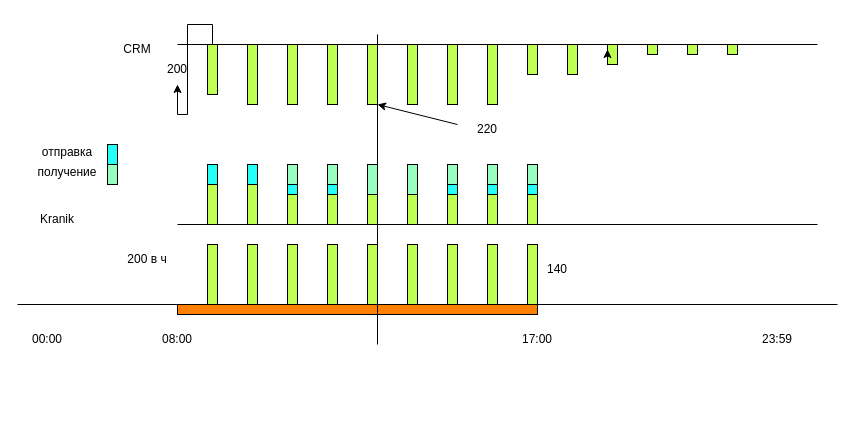
qqmax7/test keeps this draw.io diagram as omti_time.drawio. Above is the earlier version. Source tidied: cells renumbered, new cells numbered last; positions are measured from the earlier drawing's top-left corner, leaving out a move shared by most shapes. Both pictures are drawn from the tidied source at 100%, with x=0, y=0 at pixel (17, 34).
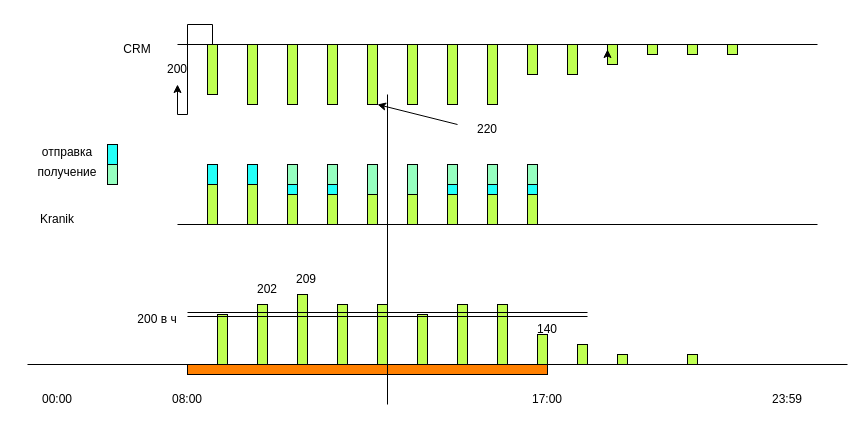
The same page after the edit.

What changed in the source:
```diff
@@
     <mxCell id="2" style="rounded=0;whiteSpace=wrap;html=1;fillColor=#FF8000;" parent="1" vertex="1">
-      <mxGeometry x="160" y="270" width="360" height="10" as="geometry" />
+      <mxGeometry x="170" y="330" width="360" height="10" as="geometry" />
     </mxCell>
     <mxCell id="3" style="endArrow=none;html=1;rounded=0;" parent="1" edge="1">
       <mxGeometry relative="1" as="geometry">
-        <mxPoint y="270" as="sourcePoint" />
-        <mxPoint x="820" y="270" as="targetPoint" />
+        <mxPoint x="10" y="330" as="sourcePoint" />
+        <mxPoint x="830" y="330" as="targetPoint" />
       </mxGeometry>
     </mxCell>
     <mxCell id="4" value="00:00" style="text;html=1;strokeColor=none;fillColor=none;align=center;verticalAlign=middle;whiteSpace=wrap;rounded=0;" parent="1" vertex="1">
-      <mxGeometry y="290" width="60" height="30" as="geometry" />
+      <mxGeometry x="10" y="350" width="60" height="30" as="geometry" />
     </mxCell>
     <mxCell id="5" value="23:59" style="text;html=1;strokeColor=none;fillColor=none;align=center;verticalAlign=middle;whiteSpace=wrap;rounded=0;" parent="1" vertex="1">
-      <mxGeometry x="730" y="290" width="60" height="30" as="geometry" />
+      <mxGeometry x="740" y="350" width="60" height="30" as="geometry" />
     </mxCell>
     <mxCell id="6" value="08:00" style="text;html=1;strokeColor=none;fillColor=none;align=center;verticalAlign=middle;whiteSpace=wrap;rounded=0;" parent="1" vertex="1">
-      <mxGeometry x="130" y="290" width="60" height="30" as="geometry" />
+      <mxGeometry x="140" y="350" width="60" height="30" as="geometry" />
     </mxCell>
     <mxCell id="7" value="17:00" style="text;html=1;strokeColor=none;fillColor=none;align=center;verticalAlign=middle;whiteSpace=wrap;rounded=0;" parent="1" vertex="1">
-      <mxGeometry x="490" y="290" width="60" height="30" as="geometry" />
+      <mxGeometry x="500" y="350" width="60" height="30" as="geometry" />
     </mxCell>
@@
     <mxCell id="12" style="rounded=0;whiteSpace=wrap;html=1;fillColor=#BFFF52;" parent="1" vertex="1">
-      <mxGeometry x="190" y="210" width="10" height="60" as="geometry" />
+      <mxGeometry x="200" y="280" width="10" height="50" as="geometry" />
     </mxCell>
     <mxCell id="13" style="rounded=0;whiteSpace=wrap;html=1;fillColor=#BFFF52;" parent="1" vertex="1">
-      <mxGeometry x="230" y="210" width="10" height="60" as="geometry" />
+      <mxGeometry x="240" y="270" width="10" height="60" as="geometry" />
     </mxCell>
     <mxCell id="14" style="rounded=0;whiteSpace=wrap;html=1;fillColor=#BFFF52;" parent="1" vertex="1">
-      <mxGeometry x="270" y="210" width="10" height="60" as="geometry" />
+      <mxGeometry x="280" y="260" width="10" height="70" as="geometry" />
     </mxCell>
     <mxCell id="15" style="rounded=0;whiteSpace=wrap;html=1;fillColor=#BFFF52;" parent="1" vertex="1">
-      <mxGeometry x="310" y="210" width="10" height="60" as="geometry" />
+      <mxGeometry x="320" y="270" width="10" height="60" as="geometry" />
     </mxCell>
     <mxCell id="16" style="rounded=0;whiteSpace=wrap;html=1;fillColor=#BFFF52;" parent="1" vertex="1">
-      <mxGeometry x="350" y="210" width="10" height="60" as="geometry" />
+      <mxGeometry x="360" y="270" width="10" height="60" as="geometry" />
     </mxCell>
     <mxCell id="17" style="rounded=0;whiteSpace=wrap;html=1;fillColor=#BFFF52;" parent="1" vertex="1">
-      <mxGeometry x="390" y="210" width="10" height="60" as="geometry" />
+      <mxGeometry x="400" y="280" width="10" height="50" as="geometry" />
     </mxCell>
     <mxCell id="18" style="rounded=0;whiteSpace=wrap;html=1;fillColor=#BFFF52;" parent="1" vertex="1">
-      <mxGeometry x="430" y="210" width="10" height="60" as="geometry" />
+      <mxGeometry x="440" y="270" width="10" height="60" as="geometry" />
     </mxCell>
     <mxCell id="19" style="rounded=0;whiteSpace=wrap;html=1;fillColor=#BFFF52;" parent="1" vertex="1">
-      <mxGeometry x="470" y="210" width="10" height="60" as="geometry" />
+      <mxGeometry x="480" y="270" width="10" height="60" as="geometry" />
     </mxCell>
     <mxCell id="20" style="rounded=0;whiteSpace=wrap;html=1;fillColor=#BFFF52;" parent="1" vertex="1">
-      <mxGeometry x="510" y="210" width="10" height="60" as="geometry" />
+      <mxGeometry x="520" y="300" width="10" height="30" as="geometry" />
     </mxCell>
     <mxCell id="21" value="200 в ч" style="text;html=1;strokeColor=none;fillColor=none;align=center;verticalAlign=middle;whiteSpace=wrap;rounded=0;" parent="1" vertex="1">
-      <mxGeometry x="100" y="210" width="60" height="30" as="geometry" />
+      <mxGeometry x="110" y="270" width="60" height="30" as="geometry" />
     </mxCell>
@@
     <mxCell id="42" style="endArrow=none;html=1;rounded=0;" parent="1" edge="1">
       <mxGeometry relative="1" as="geometry">
-        <mxPoint x="360" y="310" as="sourcePoint" />
-        <mxPoint x="360" as="targetPoint" />
+        <mxPoint x="370" y="370" as="sourcePoint" />
+        <mxPoint x="370" y="60" as="targetPoint" />
       </mxGeometry>
     </mxCell>
@@
     <mxCell id="57" value="140" style="text;html=1;strokeColor=none;fillColor=none;align=center;verticalAlign=middle;whiteSpace=wrap;rounded=0;" parent="1" vertex="1">
-      <mxGeometry x="510" y="220" width="60" height="30" as="geometry" />
+      <mxGeometry x="500" y="280" width="60" height="30" as="geometry" />
     </mxCell>
@@
+    <mxCell id="70" style="endArrow=none;html=1;rounded=0;shape=link;" parent="1" edge="1">
+      <mxGeometry relative="1" as="geometry">
+        <mxPoint x="170" y="280" as="sourcePoint" />
+        <mxPoint x="570" y="280" as="targetPoint" />
+      </mxGeometry>
+    </mxCell>
+    <mxCell id="71" value="202" style="text;html=1;strokeColor=none;fillColor=none;align=center;verticalAlign=middle;whiteSpace=wrap;rounded=0;" parent="1" vertex="1">
+      <mxGeometry x="220" y="240" width="60" height="30" as="geometry" />
+    </mxCell>
+    <mxCell id="72" value="209" style="text;html=1;strokeColor=none;fillColor=none;align=center;verticalAlign=middle;whiteSpace=wrap;rounded=0;" parent="1" vertex="1">
+      <mxGeometry x="259" y="230" width="60" height="30" as="geometry" />
+    </mxCell>
+    <mxCell id="73" style="rounded=0;whiteSpace=wrap;html=1;fillColor=#BFFF52;" parent="1" vertex="1">
+      <mxGeometry x="560" y="310" width="10" height="20" as="geometry" />
+    </mxCell>
+    <mxCell id="74" style="rounded=0;whiteSpace=wrap;html=1;fillColor=#BFFF52;" parent="1" vertex="1">
+      <mxGeometry x="600" y="320" width="10" height="10" as="geometry" />
+    </mxCell>
+    <mxCell id="75" style="rounded=0;whiteSpace=wrap;html=1;fillColor=#BFFF52;" parent="1" vertex="1">
+      <mxGeometry x="670" y="320" width="10" height="10" as="geometry" />
+    </mxCell>
```
